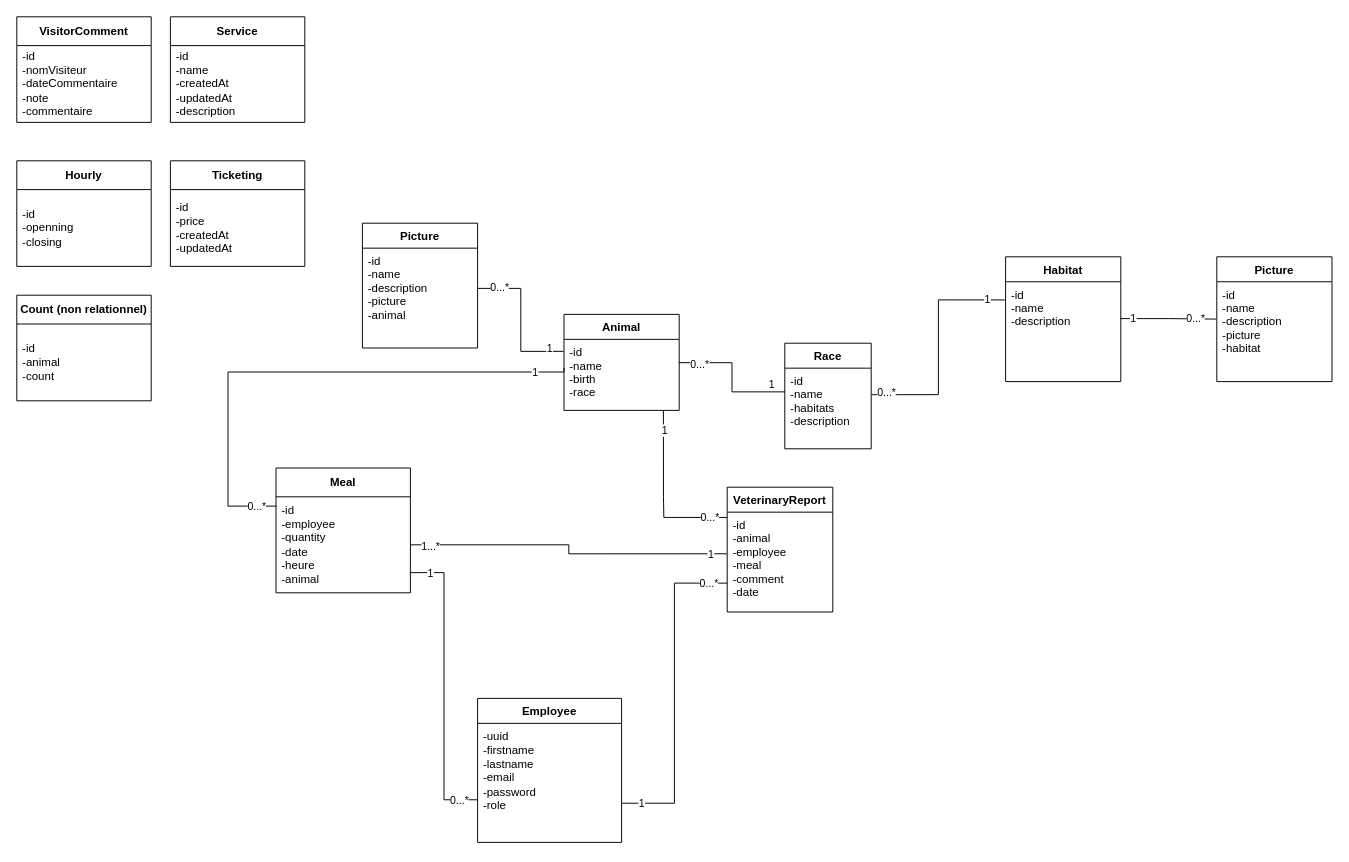
Earlier version of the draw.io diagram ECF - Zoo Arcadia - Diagramme de Classe.drawio (Maxence9113/Zoo-Arcadia). Source tidied: cells renumbered, new cells numbered last; positions are measured from the earlier drawing's top-left corner, leaving out a move shared by most shapes. Both pictures are drawn from the tidied source at 96%, with x=0, y=0 at pixel (16, 16).
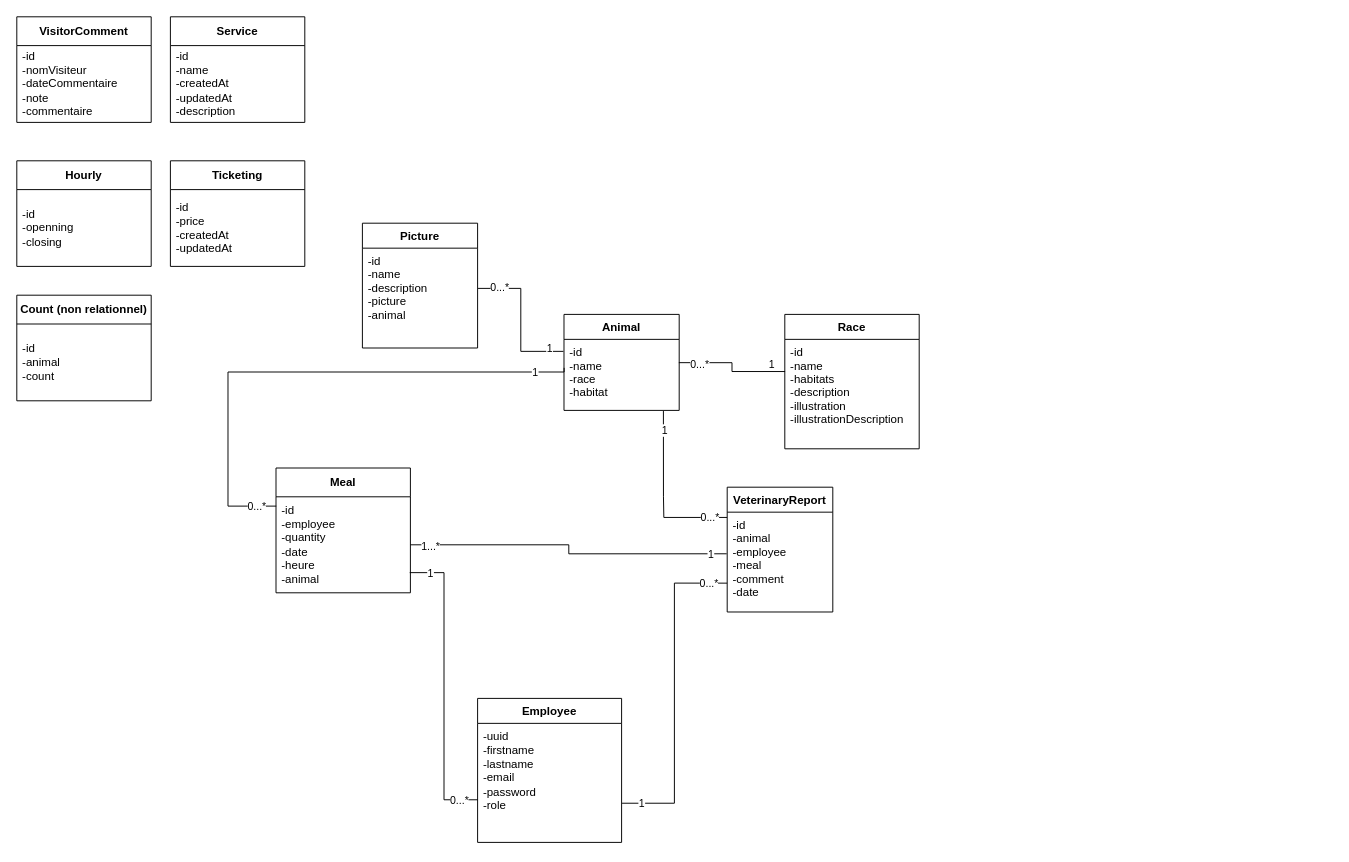
Above is the later version.

Commit message:
Mettre à jour ECF - Zoo Arcadia - Diagramme de Classe.drawio

The change refers to these unchanged cells:
```xml
<mxCell id="2" value="Animal" style="swimlane;fontStyle=1;align=center;verticalAlign=top;horizontal=1;startSize=26;rounded=0;shadow=0;strokeWidth=1;" parent="1" vertex="1">
  <mxGeometry x="570" y="310" width="120" height="100" as="geometry" />
</mxCell>
```

The edit, as a diff of the source:
```diff
@@
-    <mxCell id="3" value="-id&#10;-name&#10;-birth&#10;-race" style="text;align=left;verticalAlign=top;spacingLeft=4;spacingRight=4;overflow=hidden;points=[[0,0.5],[1,0.5]];portConstraint=eastwest;" parent="2" vertex="1">
+    <mxCell id="3" value="-id&#10;-name&#10;-race&#10;-habitat" style="text;align=left;verticalAlign=top;spacingLeft=4;spacingRight=4;overflow=hidden;points=[[0,0.5],[1,0.5]];portConstraint=eastwest;" parent="2" vertex="1">
       <mxGeometry y="26" width="120" height="74" as="geometry" />
     </mxCell>
     <mxCell id="4" value="Race" style="swimlane;fontStyle=1;align=center;verticalAlign=top;horizontal=1;startSize=26;rounded=0;shadow=0;strokeWidth=1;" parent="1" vertex="1">
-      <mxGeometry x="800" y="340" width="90" height="110" as="geometry" />
+      <mxGeometry x="800" y="310" width="140" height="140" as="geometry" />
     </mxCell>
-    <mxCell id="5" value="-id&#10;-name&#10;-habitats&#10;-description" style="text;align=left;verticalAlign=top;spacingLeft=4;spacingRight=4;overflow=hidden;points=[[0,0.5],[1,0.5]];portConstraint=eastwest;" parent="4" vertex="1">
-      <mxGeometry y="26" width="90" height="84" as="geometry" />
+    <mxCell id="5" value="-id&#10;-name&#10;-habitats&#10;-description&#10;-illustration&#10;-illustrationDescription" style="text;align=left;verticalAlign=top;spacingLeft=4;spacingRight=4;overflow=hidden;points=[[0,0.5],[1,0.5]];portConstraint=eastwest;" parent="4" vertex="1">
+      <mxGeometry y="26" width="140" height="114" as="geometry" />
     </mxCell>
@@
-    <mxCell id="9" value="Habitat" style="swimlane;fontStyle=1;align=center;verticalAlign=top;horizontal=1;startSize=26;rounded=0;shadow=0;strokeWidth=1;" parent="1" vertex="1">
-      <mxGeometry x="1030" y="250" width="120" height="130" as="geometry" />
-    </mxCell>
-    <mxCell id="10" value="-id&#10;-name&#10;-description&#10;" style="text;align=left;verticalAlign=top;spacingLeft=4;spacingRight=4;overflow=hidden;points=[[0,0.5],[1,0.5]];portConstraint=eastwest;" parent="9" vertex="1">
-      <mxGeometry y="26" width="120" height="104" as="geometry" />
-    </mxCell>
-    <mxCell id="11" style="endArrow=none;html=1;edgeStyle=orthogonalEdgeStyle;rounded=0;entryX=-0.003;entryY=0.182;entryDx=0;entryDy=0;entryPerimeter=0;exitX=1.004;exitY=0.329;exitDx=0;exitDy=0;exitPerimeter=0;" parent="1" edge="1" source="5" target="10">
-      <mxGeometry relative="1" as="geometry" />
-    </mxCell>
-    <mxCell id="12" value="0...*" style="edgeLabel;html=1;align=center;verticalAlign=middle;" parent="11" vertex="1">
-      <mxGeometry x="-0.87" y="2" relative="1" as="geometry" />
-    </mxCell>
-    <mxCell id="13" value="1" style="edgeLabel;html=1;align=center;verticalAlign=middle;" parent="11" vertex="1">
-      <mxGeometry x="0.84" relative="1" as="geometry" />
-    </mxCell>
@@
-    <mxCell id="39" value="Picture" style="swimlane;fontStyle=1;align=center;verticalAlign=top;horizontal=1;startSize=26;rounded=0;shadow=0;strokeWidth=1;" parent="1" vertex="1">
-      <mxGeometry x="1250" y="250" width="120" height="130" as="geometry" />
-    </mxCell>
-    <mxCell id="40" value="-id&#10;-name&#10;-description&#10;-picture&#10;-habitat" style="text;align=left;verticalAlign=top;spacingLeft=4;spacingRight=4;overflow=hidden;points=[[0,0.5],[1,0.5]];portConstraint=eastwest;" parent="39" vertex="1">
-      <mxGeometry y="26" width="120" height="104" as="geometry" />
-    </mxCell>
-    <mxCell id="41" style="endArrow=none;html=1;rounded=0;exitX=0.997;exitY=0.369;exitDx=0;exitDy=0;exitPerimeter=0;edgeStyle=orthogonalEdgeStyle;entryX=-0.005;entryY=0.374;entryDx=0;entryDy=0;entryPerimeter=0;" parent="1" edge="1" source="10" target="40">
-      <mxGeometry relative="1" as="geometry" />
-    </mxCell>
-    <mxCell id="42" value="1" style="edgeLabel;html=1;align=center;verticalAlign=middle;" parent="41" vertex="1">
-      <mxGeometry x="-0.74" y="1" relative="1" as="geometry" />
-    </mxCell>
-    <mxCell id="43" value="0...*" style="edgeLabel;html=1;align=center;verticalAlign=middle;" parent="41" vertex="1">
-      <mxGeometry x="0.56" y="1" relative="1" as="geometry" />
-    </mxCell>
```
